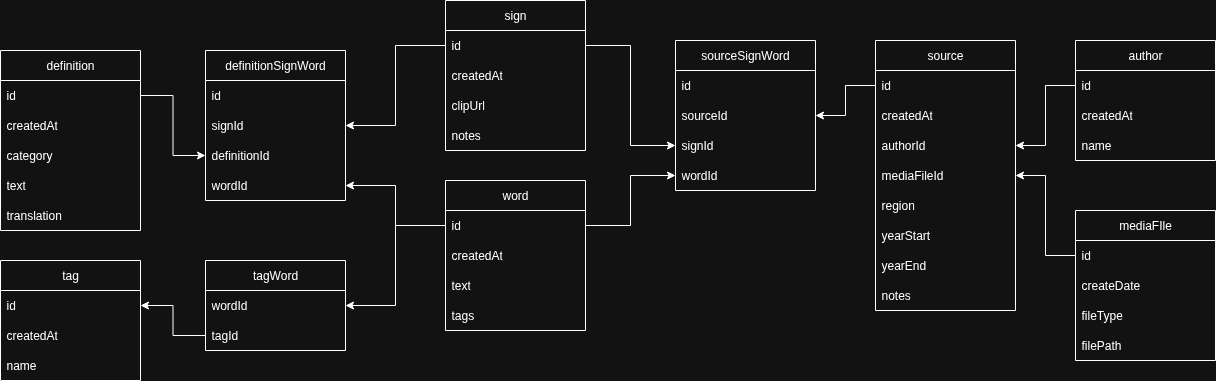
Hoinkas/SignArchive keeps this draw.io diagram as database_schema.png. Above is the earlier version. Source tidied: cells renumbered, new cells last; positions are measured from the earlier drawing's top-left corner, leaving out a move shared by most shapes.
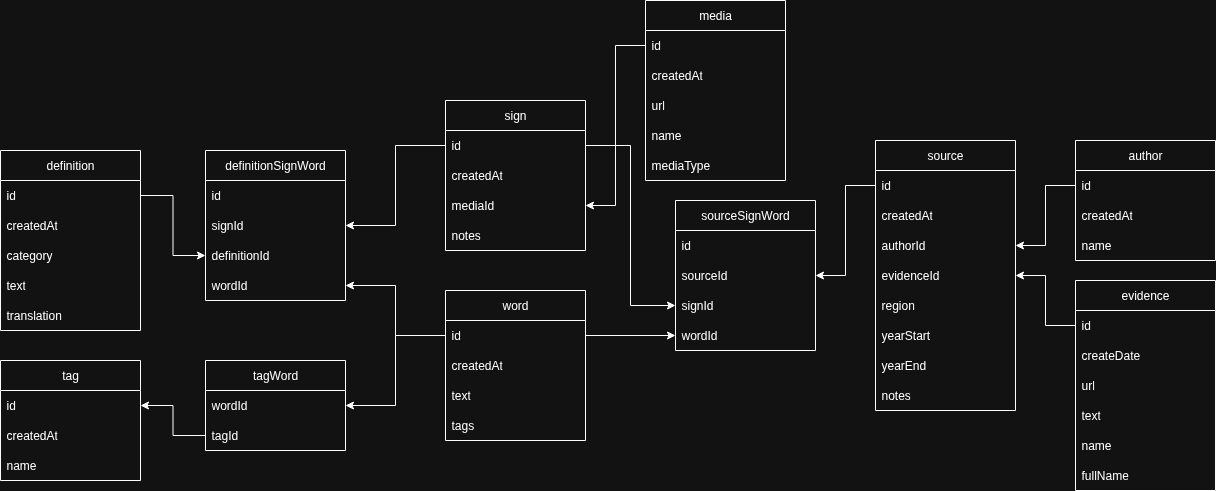
After the change.

What changed in the source:
```diff
@@ -14,7 +14,7 @@
     <mxCell id="5" value="authorId" style="text;strokeColor=none;fillColor=none;align=left;verticalAlign=middle;spacingLeft=4;spacingRight=4;overflow=hidden;points=[[0,0.5],[1,0.5]];portConstraint=eastwest;whiteSpace=wrap;html=1;" parent="2" vertex="1">
       <mxGeometry y="90" width="140" height="30" as="geometry" />
     </mxCell>
-    <mxCell id="6" value="mediaFileId" style="text;strokeColor=none;fillColor=none;align=left;verticalAlign=middle;spacingLeft=4;spacingRight=4;overflow=hidden;points=[[0,0.5],[1,0.5]];portConstraint=eastwest;whiteSpace=wrap;html=1;" parent="2" vertex="1">
+    <mxCell id="6" value="evidenceId" style="text;strokeColor=none;fillColor=none;align=left;verticalAlign=middle;spacingLeft=4;spacingRight=4;overflow=hidden;points=[[0,0.5],[1,0.5]];portConstraint=eastwest;whiteSpace=wrap;html=1;" parent="2" vertex="1">
       <mxGeometry y="120" width="140" height="30" as="geometry" />
     </mxCell>
     <mxCell id="7" value="region" style="text;strokeColor=none;fillColor=none;align=left;verticalAlign=middle;spacingLeft=4;spacingRight=4;overflow=hidden;whiteSpace=wrap;html=1;" parent="2" vertex="1">
@@ -30,7 +30,7 @@
       <mxGeometry y="240" width="140" height="30" as="geometry" />
     </mxCell>
     <mxCell id="11" value="word" style="swimlane;fontStyle=0;horizontal=1;startSize=30;whiteSpace=wrap;html=1;" parent="1" vertex="1">
-      <mxGeometry x="445" y="180" width="140" height="150" as="geometry" />
+      <mxGeometry x="445" y="190" width="140" height="150" as="geometry" />
     </mxCell>
     <mxCell id="12" value="id" style="text;strokeColor=none;fillColor=none;align=left;verticalAlign=middle;spacingLeft=4;spacingRight=4;overflow=hidden;points=[[0,0.5],[1,0.5]];portConstraint=eastwest;whiteSpace=wrap;html=1;" parent="11" vertex="1">
       <mxGeometry y="30" width="140" height="30" as="geometry" />
@@ -53,7 +53,7 @@
     <mxCell id="18" value="createdAt" style="text;strokeColor=none;fillColor=none;align=left;verticalAlign=middle;spacingLeft=4;spacingRight=4;overflow=hidden;whiteSpace=wrap;html=1;" parent="16" vertex="1">
       <mxGeometry y="60" width="140" height="30" as="geometry" />
     </mxCell>
-    <mxCell id="19" value="clipUrl" style="text;strokeColor=none;fillColor=none;align=left;verticalAlign=middle;spacingLeft=4;spacingRight=4;overflow=hidden;points=[[0,0.5],[1,0.5]];portConstraint=eastwest;whiteSpace=wrap;html=1;" parent="16" vertex="1">
+    <mxCell id="19" value="mediaId" style="text;strokeColor=none;fillColor=none;align=left;verticalAlign=middle;spacingLeft=4;spacingRight=4;overflow=hidden;points=[[0,0.5],[1,0.5]];portConstraint=eastwest;whiteSpace=wrap;html=1;" parent="16" vertex="1">
       <mxGeometry y="90" width="140" height="30" as="geometry" />
     </mxCell>
     <mxCell id="20" value="notes" style="text;strokeColor=none;fillColor=none;align=left;verticalAlign=middle;spacingLeft=4;spacingRight=4;overflow=hidden;whiteSpace=wrap;html=1;" parent="16" vertex="1">
@@ -72,7 +72,7 @@
       <mxGeometry y="90" width="140" height="30" as="geometry" />
     </mxCell>
     <mxCell id="25" value="sourceSignWord" style="swimlane;fontStyle=0;horizontal=1;startSize=30;whiteSpace=wrap;html=1;" parent="1" vertex="1">
-      <mxGeometry x="675" y="40" width="140" height="150" as="geometry" />
+      <mxGeometry x="675" y="100" width="140" height="150" as="geometry" />
     </mxCell>
     <mxCell id="26" value="id" style="text;strokeColor=none;fillColor=none;align=left;verticalAlign=middle;spacingLeft=4;spacingRight=4;overflow=hidden;whiteSpace=wrap;html=1;" parent="25" vertex="1">
       <mxGeometry y="30" width="140" height="30" as="geometry" />
@@ -86,8 +86,8 @@
     <mxCell id="29" value="wordId" style="text;strokeColor=none;fillColor=none;align=left;verticalAlign=middle;spacingLeft=4;spacingRight=4;overflow=hidden;points=[[0,0.5],[1,0.5]];portConstraint=eastwest;whiteSpace=wrap;html=1;" parent="25" vertex="1">
       <mxGeometry y="120" width="140" height="30" as="geometry" />
     </mxCell>
-    <mxCell id="30" value="mediaFIle" style="swimlane;fontStyle=0;horizontal=1;startSize=30;whiteSpace=wrap;html=1;" parent="1" vertex="1">
-      <mxGeometry x="1075" y="210" width="140" height="150" as="geometry" />
+    <mxCell id="30" value="evidence" style="swimlane;fontStyle=0;horizontal=1;startSize=30;whiteSpace=wrap;html=1;" parent="1" vertex="1">
+      <mxGeometry x="1075" y="180" width="140" height="210" as="geometry" />
     </mxCell>
     <mxCell id="31" value="id" style="text;strokeColor=none;fillColor=none;align=left;verticalAlign=middle;spacingLeft=4;spacingRight=4;overflow=hidden;points=[[0,0.5],[1,0.5]];portConstraint=eastwest;whiteSpace=wrap;html=1;" parent="30" vertex="1">
       <mxGeometry y="30" width="140" height="30" as="geometry" />
@@ -95,12 +95,18 @@
     <mxCell id="32" value="createDate" style="text;strokeColor=none;fillColor=none;align=left;verticalAlign=middle;spacingLeft=4;spacingRight=4;overflow=hidden;whiteSpace=wrap;html=1;" parent="30" vertex="1">
       <mxGeometry y="60" width="140" height="30" as="geometry" />
     </mxCell>
-    <mxCell id="33" value="fileType" style="text;strokeColor=none;fillColor=none;align=left;verticalAlign=middle;spacingLeft=4;spacingRight=4;overflow=hidden;whiteSpace=wrap;html=1;" parent="30" vertex="1">
-      <mxGeometry y="90" width="140" height="30" as="geometry" />
-    </mxCell>
-    <mxCell id="34" value="filePath" style="text;strokeColor=none;fillColor=none;align=left;verticalAlign=middle;spacingLeft=4;spacingRight=4;overflow=hidden;whiteSpace=wrap;html=1;" parent="30" vertex="1">
-      <mxGeometry y="120" width="140" height="30" as="geometry" />
+    <mxCell id="34" value="url" style="text;strokeColor=none;fillColor=none;align=left;verticalAlign=middle;spacingLeft=4;spacingRight=4;overflow=hidden;whiteSpace=wrap;html=1;" parent="30" vertex="1">
+      <mxGeometry y="90" width="140" height="30" as="geometry" />
     </mxCell>
+    <mxCell id="63" value="text" style="text;strokeColor=none;fillColor=none;align=left;verticalAlign=middle;spacingLeft=4;spacingRight=4;overflow=hidden;whiteSpace=wrap;html=1;" parent="30" vertex="1">
+      <mxGeometry y="120" width="140" height="30" as="geometry" />
+    </mxCell>
+    <mxCell id="64" value="name" style="text;strokeColor=none;fillColor=none;align=left;verticalAlign=middle;spacingLeft=4;spacingRight=4;overflow=hidden;whiteSpace=wrap;html=1;" parent="30" vertex="1">
+      <mxGeometry y="150" width="140" height="30" as="geometry" />
+    </mxCell>
+    <mxCell id="65" value="fullName" style="text;strokeColor=none;fillColor=none;align=left;verticalAlign=middle;spacingLeft=4;spacingRight=4;overflow=hidden;whiteSpace=wrap;html=1;" parent="30" vertex="1">
+      <mxGeometry y="180" width="140" height="30" as="geometry" />
+    </mxCell>
     <mxCell id="35" value="definition" style="swimlane;fontStyle=0;horizontal=1;startSize=30;whiteSpace=wrap;html=1;" parent="1" vertex="1">
       <mxGeometry y="50" width="140" height="180" as="geometry" />
     </mxCell>
@@ -185,5 +191,26 @@
     <mxCell id="62" style="edgeStyle=orthogonalEdgeStyle;rounded=0;jettySize=auto;html=1;exitX=0;exitY=0.5;exitDx=0;exitDy=0;" parent="1" edge="1" source="60" target="55">
       <mxGeometry relative="1" as="geometry" />
     </mxCell>
+    <mxCell id="66" value="media" style="swimlane;fontStyle=0;horizontal=1;startSize=30;whiteSpace=wrap;html=1;" parent="1" vertex="1">
+      <mxGeometry x="645" y="-100" width="140" height="180" as="geometry" />
+    </mxCell>
+    <mxCell id="67" value="id" style="text;strokeColor=none;fillColor=none;align=left;verticalAlign=middle;spacingLeft=4;spacingRight=4;overflow=hidden;points=[[0,0.5],[1,0.5]];portConstraint=eastwest;whiteSpace=wrap;html=1;" parent="66" vertex="1">
+      <mxGeometry y="30" width="140" height="30" as="geometry" />
+    </mxCell>
+    <mxCell id="68" value="createdAt" style="text;strokeColor=none;fillColor=none;align=left;verticalAlign=middle;spacingLeft=4;spacingRight=4;overflow=hidden;whiteSpace=wrap;html=1;" parent="66" vertex="1">
+      <mxGeometry y="60" width="140" height="30" as="geometry" />
+    </mxCell>
+    <mxCell id="69" value="url" style="text;strokeColor=none;fillColor=none;align=left;verticalAlign=middle;spacingLeft=4;spacingRight=4;overflow=hidden;whiteSpace=wrap;html=1;" parent="66" vertex="1">
+      <mxGeometry y="90" width="140" height="30" as="geometry" />
+    </mxCell>
+    <mxCell id="70" value="name" style="text;strokeColor=none;fillColor=none;align=left;verticalAlign=middle;spacingLeft=4;spacingRight=4;overflow=hidden;whiteSpace=wrap;html=1;" parent="66" vertex="1">
+      <mxGeometry y="120" width="140" height="30" as="geometry" />
+    </mxCell>
+    <mxCell id="71" value="mediaType" style="text;strokeColor=none;fillColor=none;align=left;verticalAlign=middle;spacingLeft=4;spacingRight=4;overflow=hidden;whiteSpace=wrap;html=1;" parent="66" vertex="1">
+      <mxGeometry y="150" width="140" height="30" as="geometry" />
+    </mxCell>
+    <mxCell id="72" style="edgeStyle=orthogonalEdgeStyle;rounded=0;jettySize=auto;html=1;" parent="1" edge="1" source="67" target="19">
+      <mxGeometry relative="1" as="geometry" />
+    </mxCell>
   </root>
 </mxGraphModel>
```
